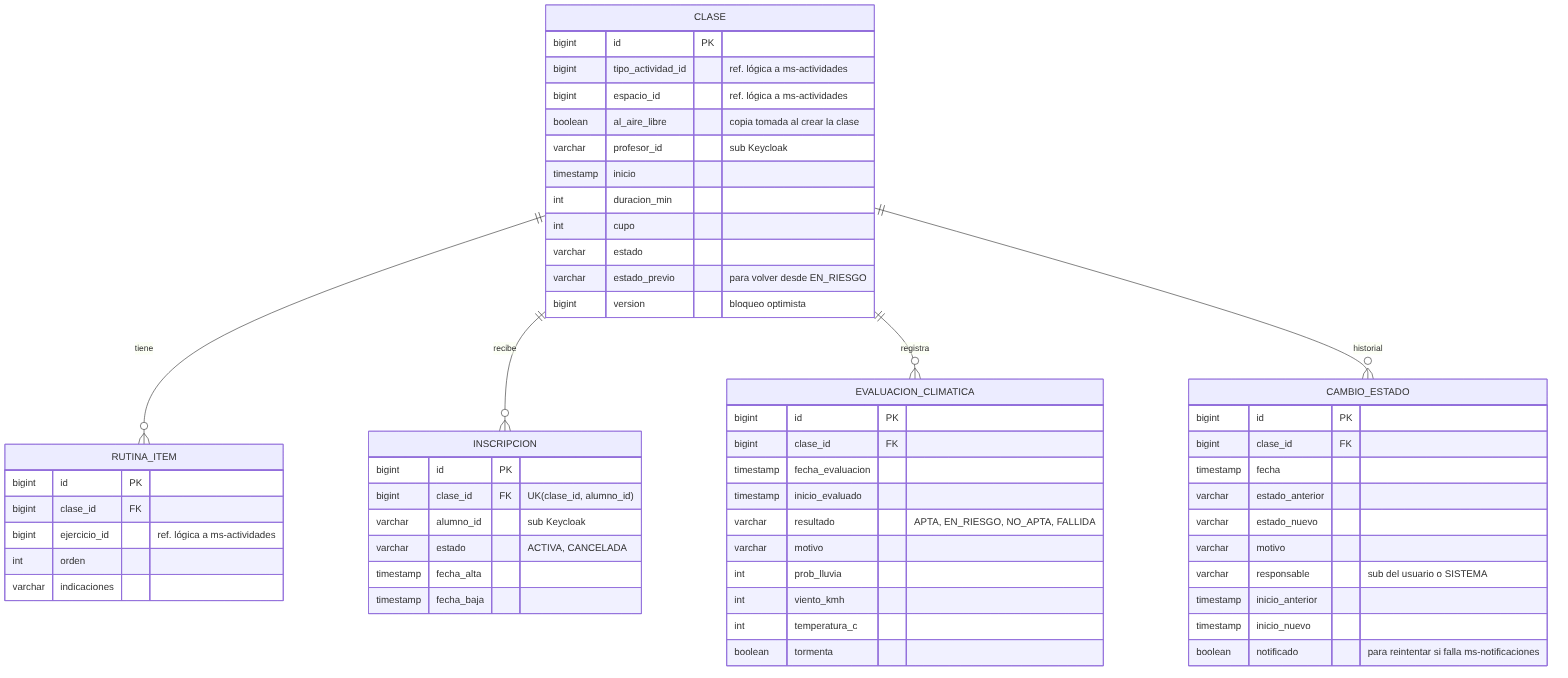
Earlier version of the Mermaid export docs/diagramas/der-clases.png (tomy91449/climafit). Its source is kept beside it as docs/diagramas/der-clases.mmd.
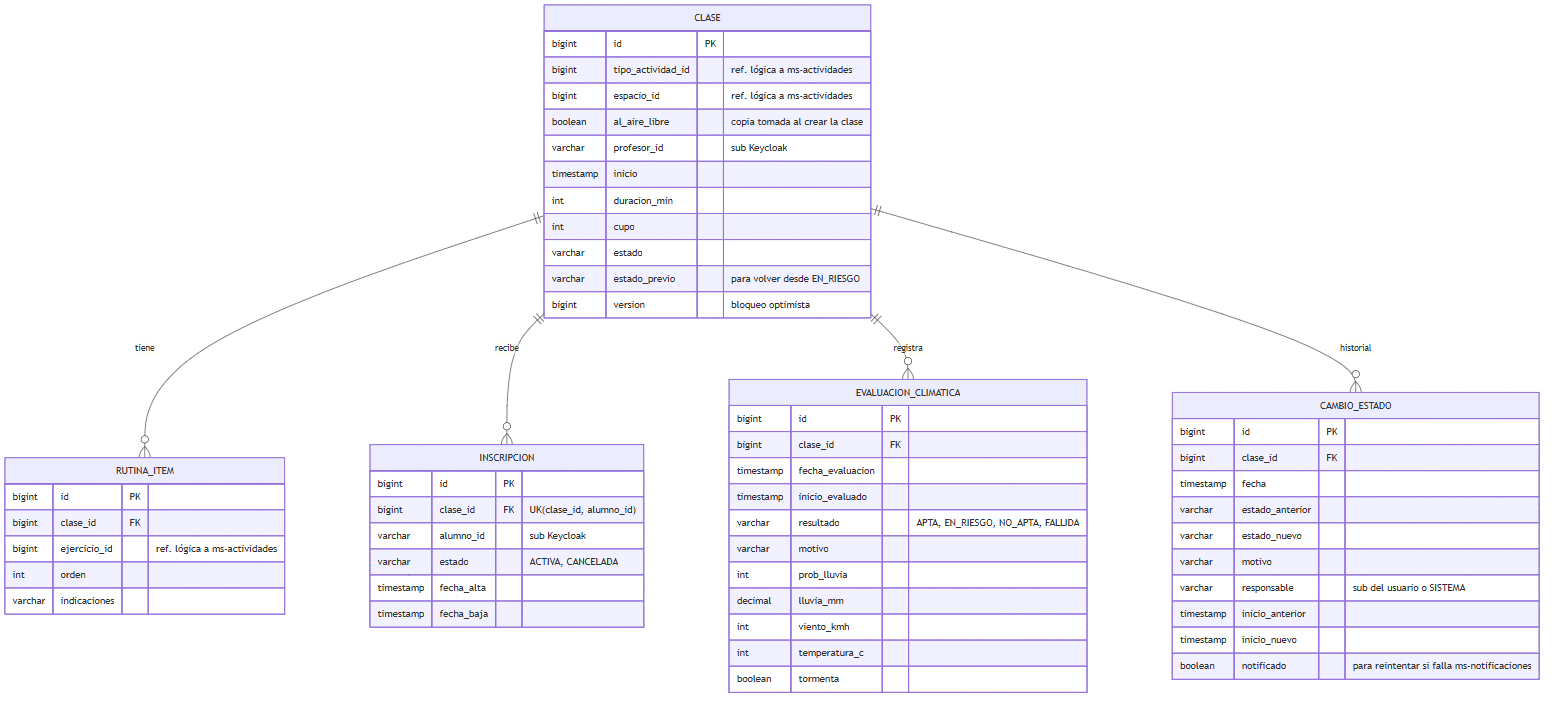
After the change.

Diff of the diagram source:
```diff
@@ -35,6 +35,7 @@
     varchar resultado "APTA, EN_RIESGO, NO_APTA, FALLIDA"
     varchar motivo
     int prob_lluvia
+    decimal lluvia_mm
     int viento_kmh
     int temperatura_c
     boolean tormenta
```
